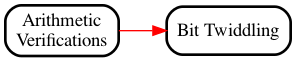
Above: misc/SAWDemos.gv.png in weaversa/cryptol-course (Graphviz), before the change. Its source is kept beside it as misc/SAWDemos.gv.
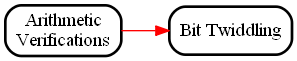
The same diagram one commit later.

Change to the diagram source:
```diff
@@ -1,13 +1,14 @@
 digraph  {
 
+  bgcolor="transparent";
   rankdir="LR";
 
   node [shape="box", style="rounded,filled", fillcolor="white", penwidth = 2];
   edge [penwidth = 1];
 
 
-  ArithmeticVerifications    [URL="https://github.com/weaversa/cryptol-course/tree/L4y3rC4k3/labs/Demos/SAW/SAW/ArithmeticVerifications/ArithmeticVerifications.md"];
-  BitTwiddling               [URL="https://github.com/weaversa/cryptol-course/tree/L4y3rC4k3/labs/Demos/SAW/SAW/Bittwiddling/Bittwiddling.md"];
+  ArithmeticVerifications    [URL="../labs/Demos/SAW/SAW/ArithmeticVerifications/ArithmeticVerifications.md"];
+  BitTwiddling               [URL="../labs/Demos/SAW/SAW/Bittwiddling/Bittwiddling.md"];
 
   node [fillcolor="white"];
 
```
